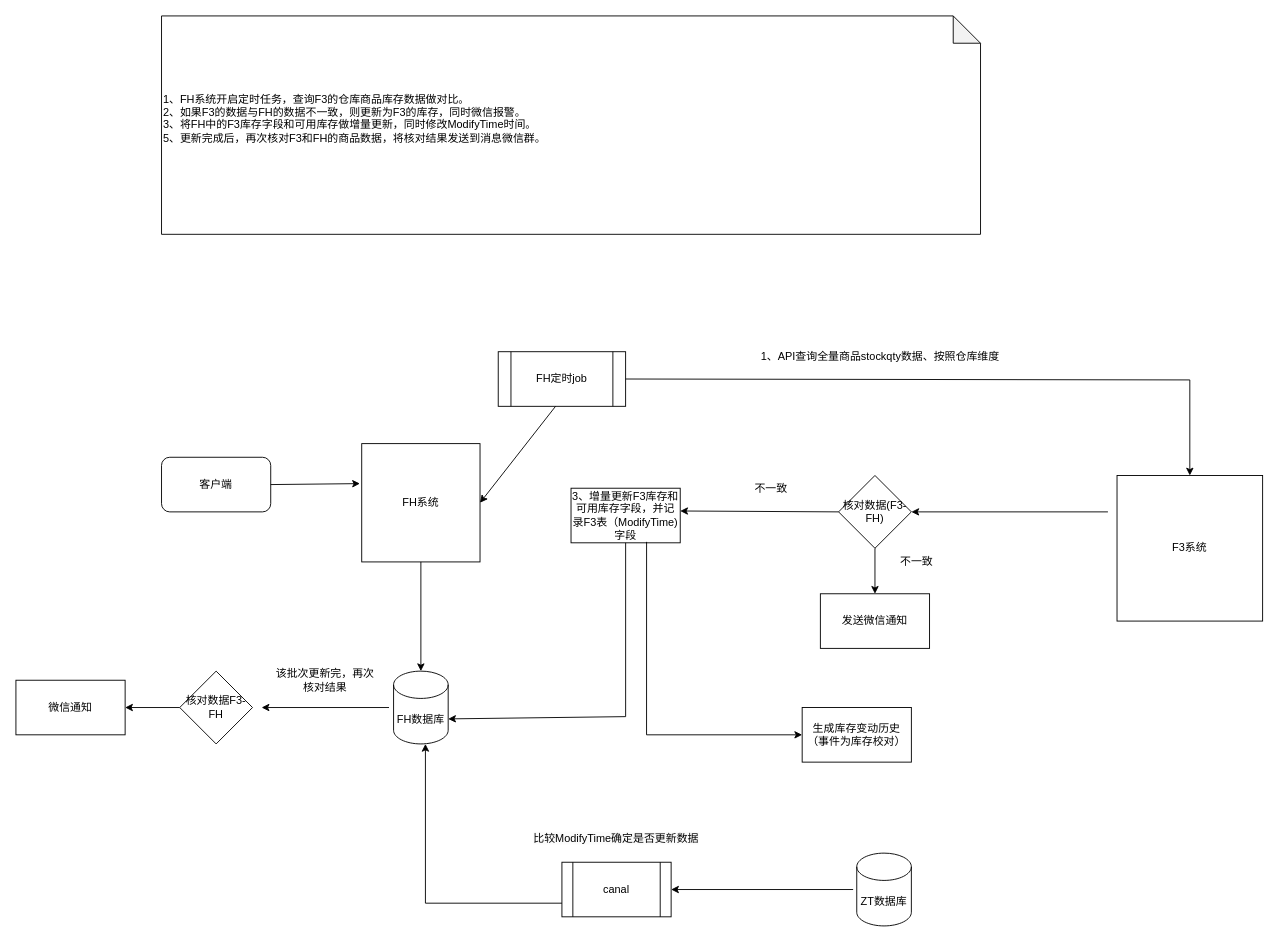
Earlier version of the draw.io diagram SketchMap/FH库存校验.drawio (liuyunlong1229/aaa). Source tidied: cells renumbered, new cells numbered last; positions are measured from the earlier drawing's top-left corner, leaving out a move shared by most shapes. Both pictures are drawn from the tidied source at 91%, with x=0, y=0 at pixel (15, 15).
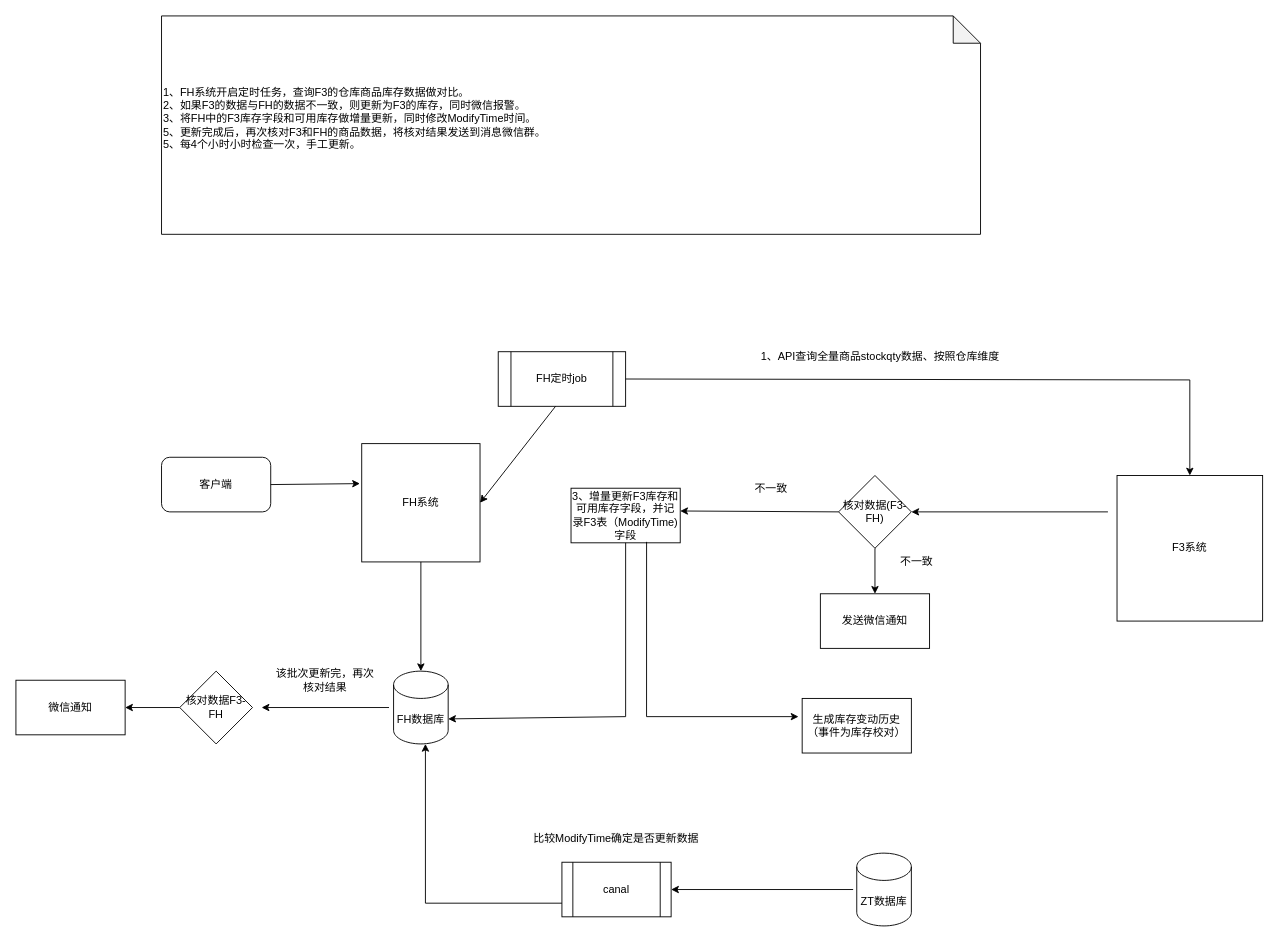
The same page after the edit.

Commit message:
更新FH库存校验.drawio

Unchanged cells that the change refers to:
```xml
<mxCell id="15" value="3、增量更新F3库存和可用库存字段，并记录F3表（ModifyTime)字段" style="rounded=0;whiteSpace=wrap;html=1;" parent="1" vertex="1">
  <mxGeometry x="610" y="519" width="120" height="60" as="geometry" />
</mxCell>
```

The edit, as a diff of the source:
```diff
@@
-    <mxCell id="31" value="&lt;div&gt;&lt;div&gt;1、FH系统开启定时任务，查询F3的仓库商品库存数据做对比。&lt;/div&gt;&lt;div&gt;2、如果F3的数据与FH的数据不一致，则更新为F3的库存，同时微信报警。&lt;/div&gt;&lt;div&gt;3、将FH中的F3库存字段和可用库存做增量更新，同时修改&lt;span style=&quot;text-align: center; background-color: initial;&quot;&gt;ModifyTime时间。&lt;/span&gt;&lt;/div&gt;&lt;div&gt;5、更新完成后，再次核对F3和FH的商品数据，将核对结果发送到消息微信群。&lt;/div&gt;&lt;/div&gt;&lt;div&gt;&lt;br&gt;&lt;/div&gt;" style="shape=note;whiteSpace=wrap;html=1;backgroundOutline=1;darkOpacity=0.05;align=left;" parent="1" vertex="1">
+    <mxCell id="31" value="&lt;div&gt;&lt;div&gt;1、FH系统开启定时任务，查询F3的仓库商品库存数据做对比。&lt;/div&gt;&lt;div&gt;2、如果F3的数据与FH的数据不一致，则更新为F3的库存，同时微信报警。&lt;/div&gt;&lt;div&gt;3、将FH中的F3库存字段和可用库存做增量更新，同时修改&lt;span style=&quot;text-align: center; background-color: initial;&quot;&gt;ModifyTime时间。&lt;/span&gt;&lt;/div&gt;&lt;div&gt;5、更新完成后，再次核对F3和FH的商品数据，将核对结果发送到消息微信群。&lt;br&gt;5、每4个小时小时检查一次，手工更新。&lt;/div&gt;&lt;/div&gt;&lt;div&gt;&lt;br&gt;&lt;/div&gt;" style="shape=note;whiteSpace=wrap;html=1;backgroundOutline=1;darkOpacity=0.05;align=left;" parent="1" vertex="1">
       <mxGeometry x="160" width="900" height="240" as="geometry" />
     </mxCell>
     <mxCell id="32" value="生成库存变动历史（事件为库存校对）" style="rounded=0;whiteSpace=wrap;html=1;" parent="1" vertex="1">
-      <mxGeometry x="864" y="760" width="120" height="60" as="geometry" />
+      <mxGeometry x="864" y="750" width="120" height="60" as="geometry" />
     </mxCell>
-    <mxCell id="33" style="endArrow=classic;html=1;rounded=0;exitX=0.692;exitY=0.983;exitDx=0;exitDy=0;exitPerimeter=0;entryX=0;entryY=0.5;entryDx=0;entryDy=0;" parent="1" edge="1" source="15" target="32">
+    <mxCell id="33" style="endArrow=classic;html=1;rounded=0;exitX=0.692;exitY=0.983;exitDx=0;exitDy=0;exitPerimeter=0;" parent="1" edge="1" source="15">
       <mxGeometry relative="1" as="geometry">
+        <mxPoint x="860" y="770" as="targetPoint" />
         <Array as="points">
-          <mxPoint x="693" y="790" />
+          <mxPoint x="693" y="770" />
         </Array>
       </mxGeometry>
     </mxCell>
```
